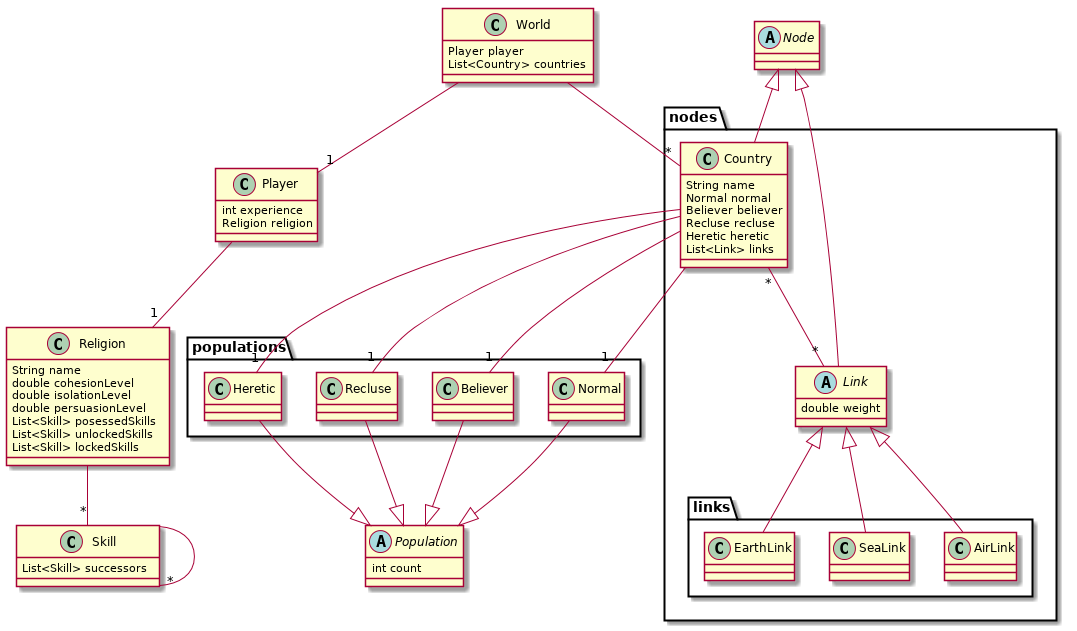
Before: doc/classes.png, a diagram exported from PlantUML (TeleGD/tgd-plague).
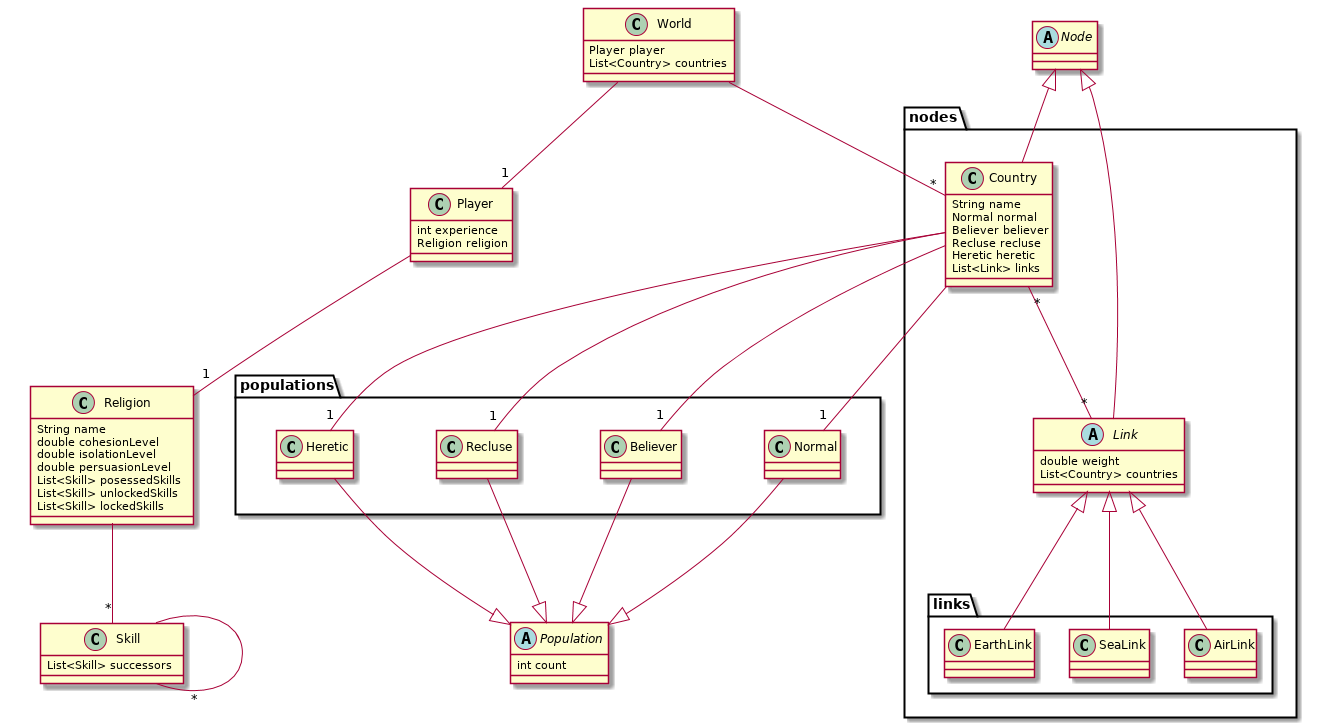
The same file after the commit.

Commit message:
image UML png à JOUR \! Content ?

Diff of the diagram source:
```diff
@@ -28,6 +28,7 @@
 
 package nodes {
 
+
     class Country {
         String name
         Normal normal
@@ -39,6 +40,7 @@
 
     abstract class Link {
         double weight
+        List<Country> countries
     }
 
     package links {
```
